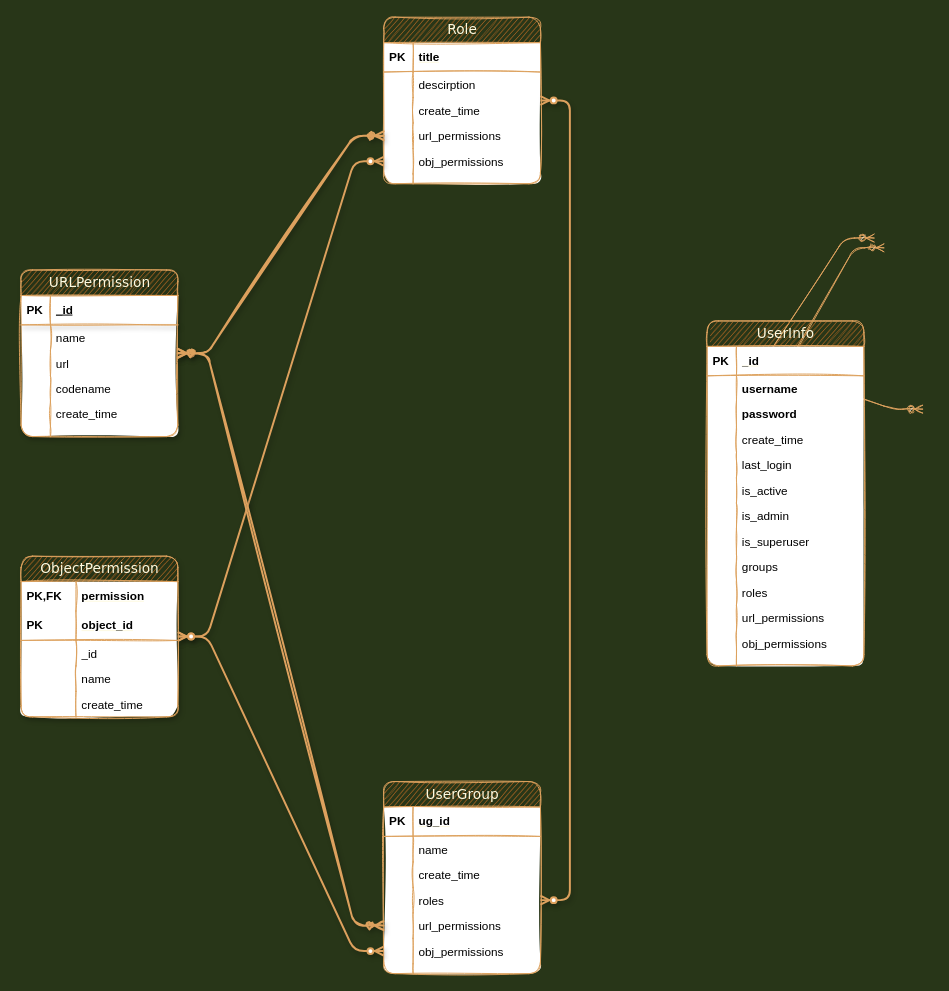
Above: HIS-RBAC.drawio in YuanchenZhu2020/DrawIO (draw.io), before the change. Source tidied: cells renumbered, new cells numbered last; positions are measured from the earlier drawing's top-left corner, leaving out a move shared by most shapes. Both pictures are drawn from the tidied source at 98%, with x=0, y=0 at pixel (21, 17).
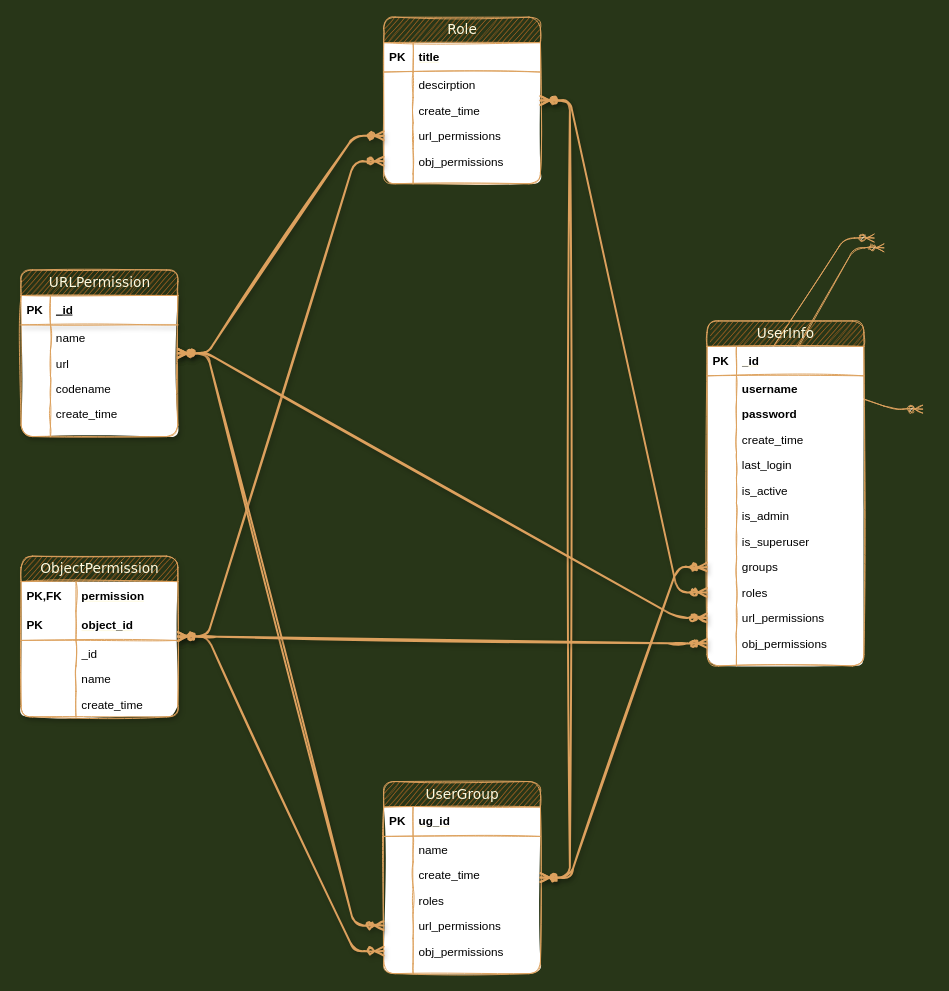
The same page after the edit.

The change refers to these unchanged cells:
```xml
<mxCell id="5" value="URLPermission" style="swimlane;html=1;fontStyle=0;horizontal=1;startSize=26;swimlaneFillColor=#ffffff;align=center;shadow=1;comic=0;labelBackgroundColor=none;strokeWidth=1;fontFamily=Verdana;fontSize=14;glass=0;fillColor=#BC6C25;strokeColor=#DDA15E;fontColor=#FEFAE0;sketch=1;rounded=1;" parent="1" vertex="1">
  <mxGeometry y="258" width="160" height="170" as="geometry" />
</mxCell>
<mxCell id="18" value="ObjectPermission" style="swimlane;html=1;fontStyle=0;horizontal=1;startSize=26;swimlaneFillColor=#ffffff;align=center;shadow=1;comic=0;labelBackgroundColor=none;strokeWidth=1;fontFamily=Verdana;fontSize=14;glass=0;fillColor=#BC6C25;strokeColor=#DDA15E;fontColor=#FEFAE0;sketch=1;rounded=1;" parent="1" vertex="1">
  <mxGeometry y="550" width="160" height="164" as="geometry" />
</mxCell>
<mxCell id="29" value="Role" style="swimlane;html=1;fontStyle=0;horizontal=1;startSize=26;fillColor=#BC6C25;swimlaneFillColor=#ffffff;align=center;shadow=0;comic=0;labelBackgroundColor=none;strokeWidth=1;fontFamily=Verdana;fontSize=14;strokeColor=#DDA15E;fontColor=#FEFAE0;sketch=1;rounded=1;" parent="1" vertex="1">
  <mxGeometry x="370" width="160" height="170" as="geometry" />
</mxCell>
<mxCell id="38" value="&lt;font color=&quot;#000000&quot;&gt;obj_permissions&lt;/font&gt;" style="shape=partialRectangle;top=0;left=0;right=0;bottom=0;html=1;align=left;verticalAlign=top;fillColor=none;spacingLeft=34;spacingRight=4;whiteSpace=wrap;overflow=hidden;points=[[0,0.5],[1,0.5]];portConstraint=eastwest;strokeColor=#DDA15E;fontColor=#FEFAE0;sketch=1;rounded=1;" parent="29" vertex="1">
  <mxGeometry y="134" width="160" height="26" as="geometry" />
</mxCell>
<mxCell id="44" value="UserGroup" style="swimlane;html=1;fontStyle=0;horizontal=1;startSize=26;fillColor=#BC6C25;swimlaneFillColor=#ffffff;align=center;shadow=0;comic=0;labelBackgroundColor=none;strokeWidth=1;fontFamily=Verdana;fontSize=14;strokeColor=#DDA15E;fontColor=#FEFAE0;sketch=1;rounded=1;" parent="1" vertex="1">
  <mxGeometry x="370" y="780" width="160" height="196" as="geometry" />
</mxCell>
<mxCell id="51" value="&lt;font color=&quot;#000000&quot;&gt;roles&lt;/font&gt;" style="shape=partialRectangle;top=0;left=0;right=0;bottom=0;html=1;align=left;verticalAlign=top;fillColor=none;spacingLeft=34;spacingRight=4;whiteSpace=wrap;overflow=hidden;points=[[0,0.5],[1,0.5]];portConstraint=eastwest;strokeColor=#DDA15E;fontColor=#FEFAE0;sketch=1;rounded=1;" parent="44" vertex="1">
  <mxGeometry y="108" width="160" height="26" as="geometry" />
</mxCell>
<mxCell id="55" value="&lt;font color=&quot;#000000&quot;&gt;obj_permissions&lt;/font&gt;" style="shape=partialRectangle;top=0;left=0;right=0;bottom=0;html=1;align=left;verticalAlign=top;fillColor=none;spacingLeft=34;spacingRight=4;whiteSpace=wrap;overflow=hidden;points=[[0,0.5],[1,0.5]];portConstraint=eastwest;strokeColor=#DDA15E;fontColor=#FEFAE0;sketch=1;rounded=1;" parent="44" vertex="1">
  <mxGeometry y="160" width="160" height="26" as="geometry" />
</mxCell>
<mxCell id="79" value="&lt;font color=&quot;#000000&quot;&gt;groups&lt;/font&gt;" style="shape=partialRectangle;top=0;left=0;right=0;bottom=0;html=1;align=left;verticalAlign=top;fillColor=none;spacingLeft=34;spacingRight=4;whiteSpace=wrap;overflow=hidden;points=[[0,0.5],[1,0.5]];portConstraint=eastwest;strokeColor=#DDA15E;fontColor=#FEFAE0;sketch=1;rounded=1;" parent="62" vertex="1">
  <mxGeometry y="238" width="160" height="26" as="geometry" />
</mxCell>
<mxCell id="81" value="&lt;font color=&quot;#000000&quot;&gt;roles&lt;/font&gt;" style="shape=partialRectangle;top=0;left=0;right=0;bottom=0;html=1;align=left;verticalAlign=top;fillColor=none;spacingLeft=34;spacingRight=4;whiteSpace=wrap;overflow=hidden;points=[[0,0.5],[1,0.5]];portConstraint=eastwest;strokeColor=#DDA15E;fontColor=#FEFAE0;sketch=1;rounded=1;" parent="62" vertex="1">
  <mxGeometry y="264" width="160" height="26" as="geometry" />
</mxCell>
<mxCell id="83" value="&lt;font color=&quot;#000000&quot;&gt;url_permissions&lt;/font&gt;" style="shape=partialRectangle;top=0;left=0;right=0;bottom=0;html=1;align=left;verticalAlign=top;fillColor=none;spacingLeft=34;spacingRight=4;whiteSpace=wrap;overflow=hidden;points=[[0,0.5],[1,0.5]];portConstraint=eastwest;strokeColor=#DDA15E;fontColor=#FEFAE0;sketch=1;rounded=1;" parent="62" vertex="1">
  <mxGeometry y="290" width="160" height="26" as="geometry" />
</mxCell>
<mxCell id="85" value="&lt;font color=&quot;#000000&quot;&gt;obj_permissions&lt;/font&gt;" style="shape=partialRectangle;top=0;left=0;right=0;bottom=0;html=1;align=left;verticalAlign=top;fillColor=none;spacingLeft=34;spacingRight=4;whiteSpace=wrap;overflow=hidden;points=[[0,0.5],[1,0.5]];portConstraint=eastwest;strokeColor=#DDA15E;fontColor=#FEFAE0;sketch=1;rounded=1;" parent="62" vertex="1">
  <mxGeometry y="316" width="160" height="26" as="geometry" />
</mxCell>
```

Change to the diagram source:
```diff
@@
-    <mxCell id="43" style="edgeStyle=entityRelationEdgeStyle;fontSize=12;html=1;endArrow=ERzeroToMany;startArrow=ERzeroToMany;shadow=1;fontColor=#000000;strokeColor=#DDA15E;strokeWidth=2;fillColor=#BC6C25;startFill=1;endFill=1;" parent="1" edge="1" source="18" target="38">
+    <mxCell id="43" style="edgeStyle=entityRelationEdgeStyle;fontSize=12;html=1;endArrow=ERzeroToMany;startArrow=ERzeroToMany;shadow=1;fontColor=#000000;strokeColor=#DDA15E;strokeWidth=2;fillColor=#BC6C25;startFill=1;endFill=1;sketch=1;" parent="1" edge="1" source="18" target="38">
       <mxGeometry relative="1" as="geometry" />
     </mxCell>
@@
-    <mxCell id="59" style="edgeStyle=entityRelationEdgeStyle;fontSize=12;html=1;endArrow=ERzeroToMany;startArrow=ERzeroToMany;shadow=1;fontColor=#000000;strokeColor=#DDA15E;strokeWidth=2;fillColor=#BC6C25;startFill=1;endFill=1;" parent="1" edge="1" source="51" target="29">
+    <mxCell id="59" style="edgeStyle=entityRelationEdgeStyle;fontSize=12;html=1;endArrow=ERzeroToMany;startArrow=ERzeroToMany;shadow=1;fontColor=#000000;strokeColor=#DDA15E;strokeWidth=2;fillColor=#BC6C25;startFill=1;endFill=1;sketch=1;" parent="1" edge="1" source="44" target="29">
       <mxGeometry relative="1" as="geometry" />
     </mxCell>
@@
-    <mxCell id="61" style="edgeStyle=entityRelationEdgeStyle;fontSize=12;html=1;endArrow=ERzeroToMany;startArrow=ERzeroToMany;shadow=1;fontColor=#000000;strokeColor=#DDA15E;strokeWidth=2;fillColor=#BC6C25;startFill=1;endFill=1;" parent="1" edge="1" source="18" target="55">
+    <mxCell id="61" style="edgeStyle=entityRelationEdgeStyle;fontSize=12;html=1;endArrow=ERzeroToMany;startArrow=ERzeroToMany;shadow=1;fontColor=#000000;strokeColor=#DDA15E;strokeWidth=2;fillColor=#BC6C25;startFill=1;endFill=1;sketch=1;" parent="1" edge="1" source="18" target="55">
       <mxGeometry relative="1" as="geometry" />
     </mxCell>
@@
+    <mxCell id="89" style="edgeStyle=entityRelationEdgeStyle;fontSize=12;html=1;endArrow=ERzeroToMany;startArrow=ERzeroToMany;shadow=1;fontColor=#000000;strokeColor=#DDA15E;strokeWidth=2;fillColor=#BC6C25;sketch=1;startFill=1;endFill=1;" parent="1" edge="1" source="5" target="83">
+      <mxGeometry relative="1" as="geometry" />
+    </mxCell>
+    <mxCell id="90" style="edgeStyle=entityRelationEdgeStyle;fontSize=12;html=1;endArrow=ERzeroToMany;startArrow=ERzeroToMany;shadow=1;fontColor=#000000;strokeColor=#DDA15E;strokeWidth=2;fillColor=#BC6C25;sketch=1;startFill=1;endFill=1;" parent="1" edge="1" source="18" target="85">
+      <mxGeometry relative="1" as="geometry" />
+    </mxCell>
+    <mxCell id="91" style="edgeStyle=entityRelationEdgeStyle;fontSize=12;html=1;endArrow=ERzeroToMany;startArrow=ERzeroToMany;shadow=1;fontColor=#000000;strokeColor=#DDA15E;strokeWidth=2;fillColor=#BC6C25;sketch=1;startFill=1;endFill=1;" parent="1" edge="1" source="29" target="81">
+      <mxGeometry relative="1" as="geometry" />
+    </mxCell>
+    <mxCell id="92" style="edgeStyle=entityRelationEdgeStyle;fontSize=12;html=1;endArrow=ERzeroToMany;startArrow=ERzeroToMany;shadow=1;fontColor=#000000;strokeColor=#DDA15E;strokeWidth=2;fillColor=#BC6C25;sketch=1;startFill=1;endFill=1;" parent="1" edge="1" source="44" target="79">
+      <mxGeometry relative="1" as="geometry" />
+    </mxCell>
```
